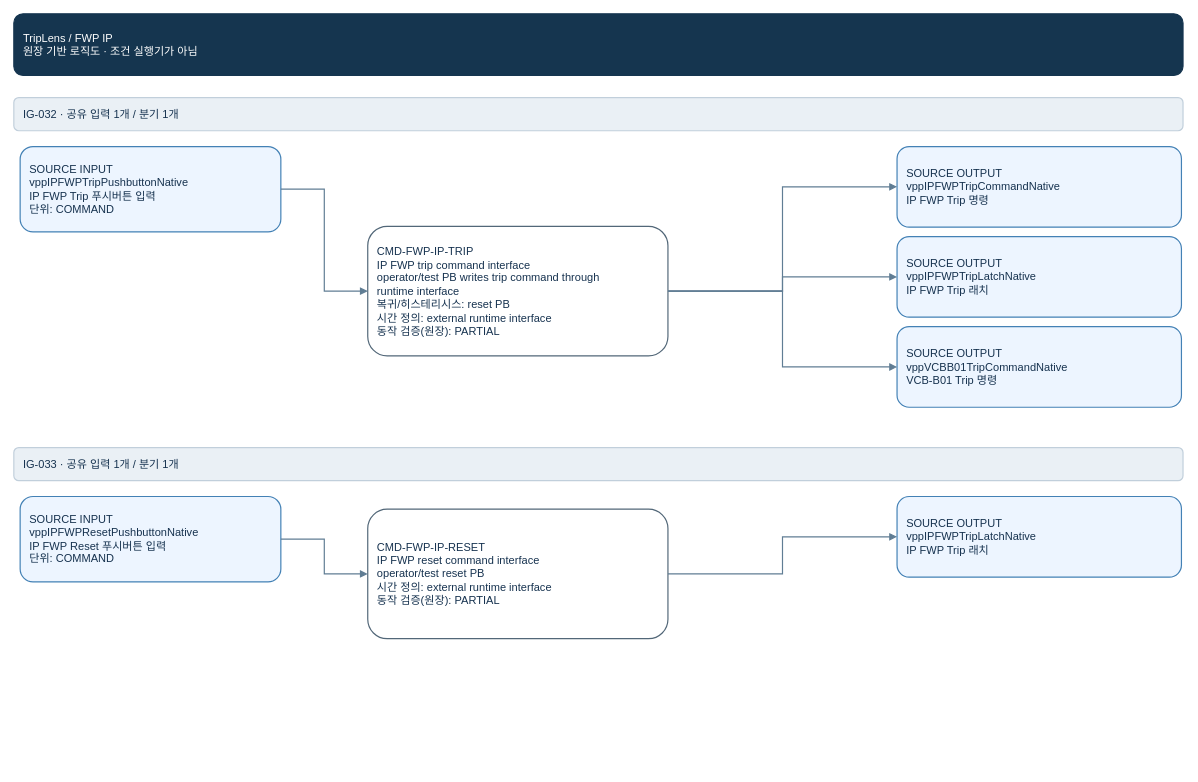
Above: page "FWP IP" (3 of 98) of apps/web/public/logic-assets/TripLens_Logic_Master_Current_V8.drawio in khaku25/triplens-thermosyspro-cloud-runner (draw.io), before the change. Source tidied: cells renumbered, new cells numbered last; positions are measured from the earlier drawing's top-left corner, leaving out a move shared by most shapes. Both pictures are drawn from the tidied source at 79%, with x=0, y=0 at pixel (13, 13).
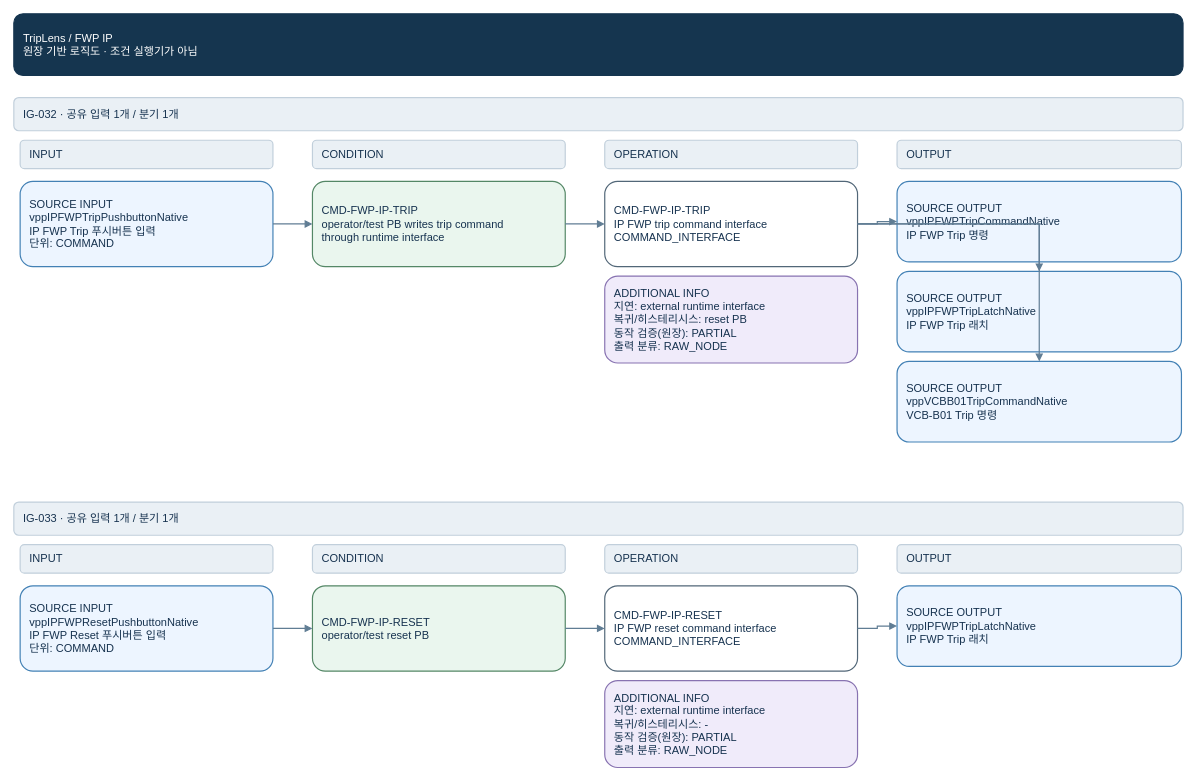
After the change.

Change to the diagram source:
```diff
@@
+    <mxCell id="19" value="INPUT" style="rounded=1;whiteSpace=wrap;html=0;fontFamily=Arial;fontSize=14;align=left;verticalAlign=middle;spacing=12;fillColor=#eaf0f5;strokeColor=#c1cfdb;fontColor=#16324f;strokeWidth=1.5;" parent="1" vertex="1">
+      <mxGeometry x="8" y="160" width="320" height="36" as="geometry" />
+    </mxCell>
+    <mxCell id="20" value="CONDITION" style="rounded=1;whiteSpace=wrap;html=0;fontFamily=Arial;fontSize=14;align=left;verticalAlign=middle;spacing=12;fillColor=#eaf0f5;strokeColor=#c1cfdb;fontColor=#16324f;strokeWidth=1.5;" parent="1" vertex="1">
+      <mxGeometry x="378" y="160" width="320" height="36" as="geometry" />
+    </mxCell>
+    <mxCell id="21" value="OPERATION" style="rounded=1;whiteSpace=wrap;html=0;fontFamily=Arial;fontSize=14;align=left;verticalAlign=middle;spacing=12;fillColor=#eaf0f5;strokeColor=#c1cfdb;fontColor=#16324f;strokeWidth=1.5;" parent="1" vertex="1">
+      <mxGeometry x="748" y="160" width="320" height="36" as="geometry" />
+    </mxCell>
+    <mxCell id="22" value="OUTPUT" style="rounded=1;whiteSpace=wrap;html=0;fontFamily=Arial;fontSize=14;align=left;verticalAlign=middle;spacing=12;fillColor=#eaf0f5;strokeColor=#c1cfdb;fontColor=#16324f;strokeWidth=1.5;" parent="1" vertex="1">
+      <mxGeometry x="1118" y="160" width="360" height="36" as="geometry" />
+    </mxCell>
     <mxCell id="4" value="SOURCE INPUT&#10;vppIPFWPTripPushbuttonNative&#10;IP FWP Trip 푸시버튼 입력&#10;단위: COMMAND" style="rounded=1;whiteSpace=wrap;html=0;fontFamily=Arial;fontSize=14;align=left;verticalAlign=middle;spacing=12;fillColor=#edf5ff;strokeColor=#4381b5;fontColor=#16324f;strokeWidth=1.5;" parent="1" vertex="1">
-      <mxGeometry x="8" y="168" width="330" height="108" as="geometry" />
+      <mxGeometry x="8" y="212" width="320" height="108" as="geometry" />
     </mxCell>
-    <mxCell id="5" value="CMD-FWP-IP-TRIP&#10;IP FWP trip command interface&#10;operator/test PB writes trip command through&#10;runtime interface&#10;복귀/히스테리시스: reset PB&#10;시간 정의: external runtime interface&#10;동작 검증(원장): PARTIAL" style="rounded=1;whiteSpace=wrap;html=0;fontFamily=Arial;fontSize=14;align=left;verticalAlign=middle;spacing=12;fillColor=#ffffff;strokeColor=#526778;fontColor=#16324f;strokeWidth=1.5;" parent="1" vertex="1">
-      <mxGeometry x="448" y="269" width="380" height="164" as="geometry" />
-    </mxCell>
-    <mxCell id="6" style="edgeStyle=orthogonalEdgeStyle;rounded=0;html=0;endArrow=block;strokeColor=#607d94;strokeWidth=1.5;" parent="1" edge="1" source="4" target="5">
-      <mxGeometry relative="1" as="geometry" />
-    </mxCell>
+    <mxCell id="23" value="CMD-FWP-IP-TRIP&#10;operator/test PB writes trip command&#10;through runtime interface" style="rounded=1;whiteSpace=wrap;html=0;fontFamily=Arial;fontSize=14;align=left;verticalAlign=middle;spacing=12;fillColor=#eaf6ee;strokeColor=#548766;fontColor=#16324f;strokeWidth=1.5;" parent="1" vertex="1">
+      <mxGeometry x="378" y="212" width="320" height="108" as="geometry" />
+    </mxCell>
+    <mxCell id="24" value="CMD-FWP-IP-TRIP&#10;IP FWP trip command interface&#10;COMMAND_INTERFACE" style="rounded=1;whiteSpace=wrap;html=0;fontFamily=Arial;fontSize=14;align=left;verticalAlign=middle;spacing=12;fillColor=#ffffff;strokeColor=#526778;fontColor=#16324f;strokeWidth=1.5;" parent="1" vertex="1">
+      <mxGeometry x="748" y="212" width="320" height="108" as="geometry" />
+    </mxCell>
+    <mxCell id="25" value="ADDITIONAL INFO&#10;지연: external runtime interface&#10;복귀/히스테리시스: reset PB&#10;동작 검증(원장): PARTIAL&#10;출력 분류: RAW_NODE" style="rounded=1;whiteSpace=wrap;html=0;fontFamily=Arial;fontSize=14;align=left;verticalAlign=middle;spacing=12;fillColor=#f0ebfa;strokeColor=#8873b1;fontColor=#16324f;strokeWidth=1.5;" parent="1" vertex="1">
+      <mxGeometry x="748" y="332" width="320" height="110" as="geometry" />
+    </mxCell>
+    <mxCell id="26" style="edgeStyle=orthogonalEdgeStyle;rounded=0;html=0;endArrow=block;strokeColor=#607d94;strokeWidth=1.5;" parent="1" edge="1" source="4" target="23">
+      <mxGeometry relative="1" as="geometry" />
+    </mxCell>
+    <mxCell id="27" style="edgeStyle=orthogonalEdgeStyle;rounded=0;html=0;endArrow=block;strokeColor=#607d94;strokeWidth=1.5;" parent="1" edge="1" source="23" target="24">
+      <mxGeometry relative="1" as="geometry" />
+    </mxCell>
     <mxCell id="7" value="SOURCE OUTPUT&#10;vppIPFWPTripCommandNative&#10;IP FWP Trip 명령" style="rounded=1;whiteSpace=wrap;html=0;fontFamily=Arial;fontSize=14;align=left;verticalAlign=middle;spacing=12;fillColor=#edf5ff;strokeColor=#4381b5;fontColor=#16324f;strokeWidth=1.5;" parent="1" vertex="1">
-      <mxGeometry x="1118" y="168" width="360" height="102" as="geometry" />
+      <mxGeometry x="1118" y="212" width="360" height="102" as="geometry" />
     </mxCell>
-    <mxCell id="8" style="edgeStyle=orthogonalEdgeStyle;rounded=0;html=0;endArrow=block;strokeColor=#607d94;strokeWidth=1.5;" parent="1" edge="1" source="5" target="7">
-      <mxGeometry relative="1" as="geometry" />
-    </mxCell>
+    <mxCell id="28" style="edgeStyle=orthogonalEdgeStyle;rounded=0;html=0;endArrow=block;strokeColor=#607d94;strokeWidth=1.5;" parent="1" edge="1" source="24" target="7">
+      <mxGeometry relative="1" as="geometry" />
+    </mxCell>
     <mxCell id="9" value="SOURCE OUTPUT&#10;vppIPFWPTripLatchNative&#10;IP FWP Trip 래치" style="rounded=1;whiteSpace=wrap;html=0;fontFamily=Arial;fontSize=14;align=left;verticalAlign=middle;spacing=12;fillColor=#edf5ff;strokeColor=#4381b5;fontColor=#16324f;strokeWidth=1.5;" parent="1" vertex="1">
-      <mxGeometry x="1118" y="282" width="360" height="102" as="geometry" />
+      <mxGeometry x="1118" y="326" width="360" height="102" as="geometry" />
     </mxCell>
-    <mxCell id="10" style="edgeStyle=orthogonalEdgeStyle;rounded=0;html=0;endArrow=block;strokeColor=#607d94;strokeWidth=1.5;" parent="1" edge="1" source="5" target="9">
-      <mxGeometry relative="1" as="geometry" />
-    </mxCell>
+    <mxCell id="29" style="edgeStyle=orthogonalEdgeStyle;rounded=0;html=0;endArrow=block;strokeColor=#607d94;strokeWidth=1.5;" parent="1" edge="1" source="24" target="9">
+      <mxGeometry relative="1" as="geometry" />
+    </mxCell>
     <mxCell id="11" value="SOURCE OUTPUT&#10;vppVCBB01TripCommandNative&#10;VCB-B01 Trip 명령" style="rounded=1;whiteSpace=wrap;html=0;fontFamily=Arial;fontSize=14;align=left;verticalAlign=middle;spacing=12;fillColor=#edf5ff;strokeColor=#4381b5;fontColor=#16324f;strokeWidth=1.5;" parent="1" vertex="1">
-      <mxGeometry x="1118" y="396" width="360" height="102" as="geometry" />
+      <mxGeometry x="1118" y="440" width="360" height="102" as="geometry" />
     </mxCell>
-    <mxCell id="12" style="edgeStyle=orthogonalEdgeStyle;rounded=0;html=0;endArrow=block;strokeColor=#607d94;strokeWidth=1.5;" parent="1" edge="1" source="5" target="11">
-      <mxGeometry relative="1" as="geometry" />
-    </mxCell>
+    <mxCell id="30" style="edgeStyle=orthogonalEdgeStyle;rounded=0;html=0;endArrow=block;strokeColor=#607d94;strokeWidth=1.5;" parent="1" edge="1" source="24" target="11">
+      <mxGeometry relative="1" as="geometry" />
+    </mxCell>
     <mxCell id="13" value="IG-033  ·  공유 입력 1개  /  분기 1개" style="rounded=1;whiteSpace=wrap;html=0;fontFamily=Arial;fontSize=14;align=left;verticalAlign=middle;spacing=12;fillColor=#eaf0f5;strokeColor=#c1cfdb;fontColor=#16324f;strokeWidth=1.5;" parent="1" vertex="1">
-      <mxGeometry y="549" width="1480" height="42" as="geometry" />
+      <mxGeometry y="618" width="1480" height="42" as="geometry" />
     </mxCell>
+    <mxCell id="31" value="INPUT" style="rounded=1;whiteSpace=wrap;html=0;fontFamily=Arial;fontSize=14;align=left;verticalAlign=middle;spacing=12;fillColor=#eaf0f5;strokeColor=#c1cfdb;fontColor=#16324f;strokeWidth=1.5;" parent="1" vertex="1">
+      <mxGeometry x="8" y="672" width="320" height="36" as="geometry" />
+    </mxCell>
+    <mxCell id="32" value="CONDITION" style="rounded=1;whiteSpace=wrap;html=0;fontFamily=Arial;fontSize=14;align=left;verticalAlign=middle;spacing=12;fillColor=#eaf0f5;strokeColor=#c1cfdb;fontColor=#16324f;strokeWidth=1.5;" parent="1" vertex="1">
+      <mxGeometry x="378" y="672" width="320" height="36" as="geometry" />
+    </mxCell>
+    <mxCell id="33" value="OPERATION" style="rounded=1;whiteSpace=wrap;html=0;fontFamily=Arial;fontSize=14;align=left;verticalAlign=middle;spacing=12;fillColor=#eaf0f5;strokeColor=#c1cfdb;fontColor=#16324f;strokeWidth=1.5;" parent="1" vertex="1">
+      <mxGeometry x="748" y="672" width="320" height="36" as="geometry" />
+    </mxCell>
+    <mxCell id="34" value="OUTPUT" style="rounded=1;whiteSpace=wrap;html=0;fontFamily=Arial;fontSize=14;align=left;verticalAlign=middle;spacing=12;fillColor=#eaf0f5;strokeColor=#c1cfdb;fontColor=#16324f;strokeWidth=1.5;" parent="1" vertex="1">
+      <mxGeometry x="1118" y="672" width="360" height="36" as="geometry" />
+    </mxCell>
     <mxCell id="14" value="SOURCE INPUT&#10;vppIPFWPResetPushbuttonNative&#10;IP FWP Reset 푸시버튼 입력&#10;단위: COMMAND" style="rounded=1;whiteSpace=wrap;html=0;fontFamily=Arial;fontSize=14;align=left;verticalAlign=middle;spacing=12;fillColor=#edf5ff;strokeColor=#4381b5;fontColor=#16324f;strokeWidth=1.5;" parent="1" vertex="1">
-      <mxGeometry x="8" y="611" width="330" height="108" as="geometry" />
+      <mxGeometry x="8" y="724" width="320" height="108" as="geometry" />
     </mxCell>
-    <mxCell id="15" value="CMD-FWP-IP-RESET&#10;IP FWP reset command interface&#10;operator/test reset PB&#10;시간 정의: external runtime interface&#10;동작 검증(원장): PARTIAL" style="rounded=1;whiteSpace=wrap;html=0;fontFamily=Arial;fontSize=14;align=left;verticalAlign=middle;spacing=12;fillColor=#ffffff;strokeColor=#526778;fontColor=#16324f;strokeWidth=1.5;" parent="1" vertex="1">
-      <mxGeometry x="448" y="627" width="380" height="164" as="geometry" />
-    </mxCell>
-    <mxCell id="16" style="edgeStyle=orthogonalEdgeStyle;rounded=0;html=0;endArrow=block;strokeColor=#607d94;strokeWidth=1.5;" parent="1" edge="1" source="14" target="15">
-      <mxGeometry relative="1" as="geometry" />
-    </mxCell>
+    <mxCell id="35" value="CMD-FWP-IP-RESET&#10;operator/test reset PB" style="rounded=1;whiteSpace=wrap;html=0;fontFamily=Arial;fontSize=14;align=left;verticalAlign=middle;spacing=12;fillColor=#eaf6ee;strokeColor=#548766;fontColor=#16324f;strokeWidth=1.5;" parent="1" vertex="1">
+      <mxGeometry x="378" y="724" width="320" height="108" as="geometry" />
+    </mxCell>
+    <mxCell id="36" value="CMD-FWP-IP-RESET&#10;IP FWP reset command interface&#10;COMMAND_INTERFACE" style="rounded=1;whiteSpace=wrap;html=0;fontFamily=Arial;fontSize=14;align=left;verticalAlign=middle;spacing=12;fillColor=#ffffff;strokeColor=#526778;fontColor=#16324f;strokeWidth=1.5;" parent="1" vertex="1">
+      <mxGeometry x="748" y="724" width="320" height="108" as="geometry" />
+    </mxCell>
+    <mxCell id="37" value="ADDITIONAL INFO&#10;지연: external runtime interface&#10;복귀/히스테리시스: -&#10;동작 검증(원장): PARTIAL&#10;출력 분류: RAW_NODE" style="rounded=1;whiteSpace=wrap;html=0;fontFamily=Arial;fontSize=14;align=left;verticalAlign=middle;spacing=12;fillColor=#f0ebfa;strokeColor=#8873b1;fontColor=#16324f;strokeWidth=1.5;" parent="1" vertex="1">
+      <mxGeometry x="748" y="844" width="320" height="110" as="geometry" />
+    </mxCell>
+    <mxCell id="38" style="edgeStyle=orthogonalEdgeStyle;rounded=0;html=0;endArrow=block;strokeColor=#607d94;strokeWidth=1.5;" parent="1" edge="1" source="14" target="35">
+      <mxGeometry relative="1" as="geometry" />
+    </mxCell>
+    <mxCell id="39" style="edgeStyle=orthogonalEdgeStyle;rounded=0;html=0;endArrow=block;strokeColor=#607d94;strokeWidth=1.5;" parent="1" edge="1" source="35" target="36">
+      <mxGeometry relative="1" as="geometry" />
+    </mxCell>
     <mxCell id="17" value="SOURCE OUTPUT&#10;vppIPFWPTripLatchNative&#10;IP FWP Trip 래치" style="rounded=1;whiteSpace=wrap;html=0;fontFamily=Arial;fontSize=14;align=left;verticalAlign=middle;spacing=12;fillColor=#edf5ff;strokeColor=#4381b5;fontColor=#16324f;strokeWidth=1.5;" parent="1" vertex="1">
-      <mxGeometry x="1118" y="611" width="360" height="102" as="geometry" />
+      <mxGeometry x="1118" y="724" width="360" height="102" as="geometry" />
     </mxCell>
-    <mxCell id="18" style="edgeStyle=orthogonalEdgeStyle;rounded=0;html=0;endArrow=block;strokeColor=#607d94;strokeWidth=1.5;" parent="1" edge="1" source="15" target="17">
-      <mxGeometry relative="1" as="geometry" />
-    </mxCell>
+    <mxCell id="40" style="edgeStyle=orthogonalEdgeStyle;rounded=0;html=0;endArrow=block;strokeColor=#607d94;strokeWidth=1.5;" parent="1" edge="1" source="36" target="17">
+      <mxGeometry relative="1" as="geometry" />
+    </mxCell>
```
